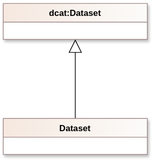
The draw.io diagram uml.drawio.svg in atviriduomenys/katalogas, before a commit. Source tidied: cells renumbered, new cells last; positions are measured from the earlier drawing's top-left corner, leaving out a move shared by most shapes.
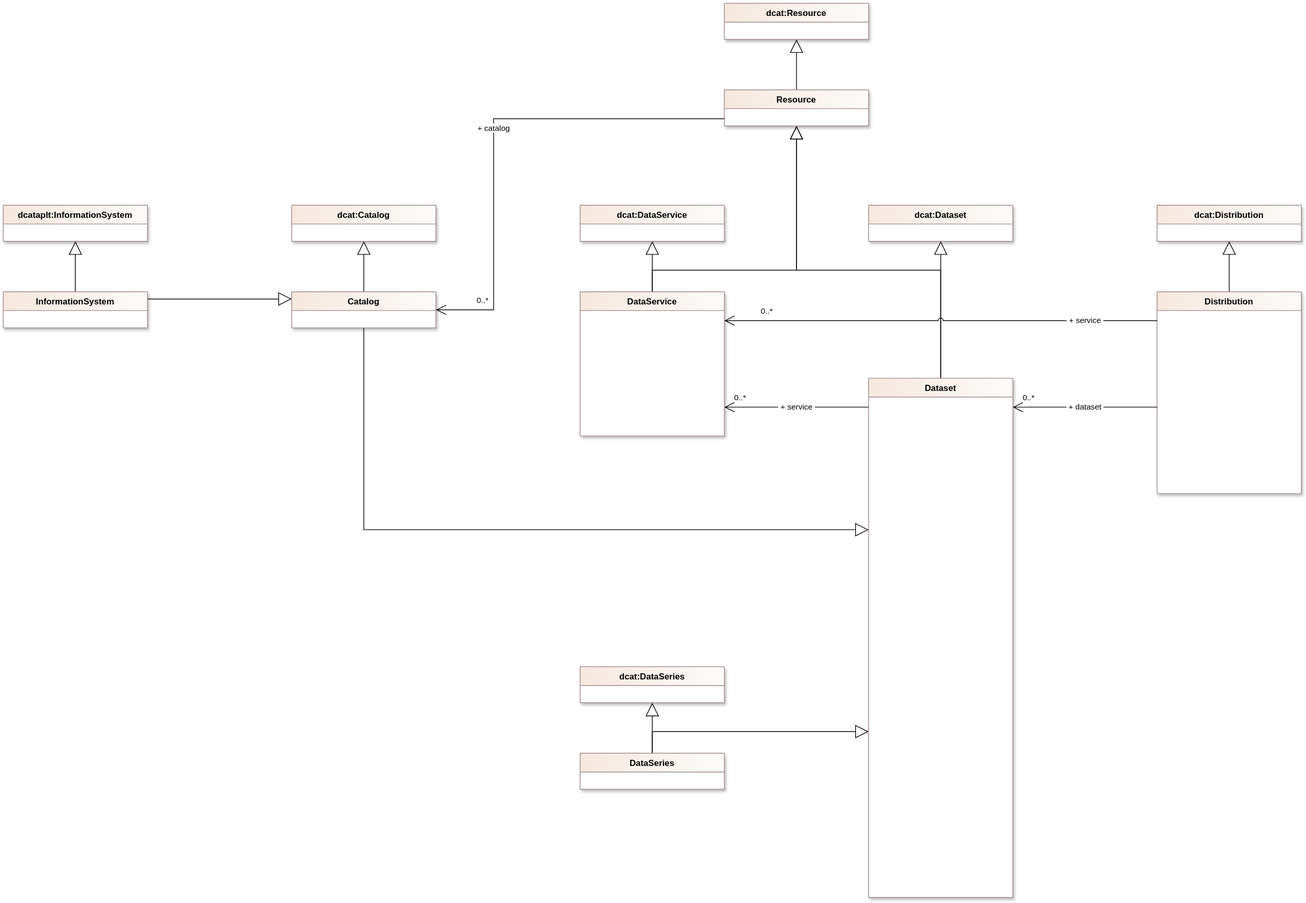
Above is the later version.

Commit message:
#295: Most DCAT classes and relations

Some progress on DVMS project conceptual model.

What changed in the source:
```diff
@@ -5,11 +5,166 @@
     <mxCell id="2" style="edgeStyle=orthogonalEdgeStyle;rounded=0;jettySize=auto;html=1;endArrow=block;endSize=16;endFill=0;" parent="1" edge="1" source="3" target="4">
       <mxGeometry relative="1" as="geometry" />
     </mxCell>
+    <mxCell id="5" style="edgeStyle=orthogonalEdgeStyle;rounded=0;jettySize=auto;html=1;endArrow=block;endSize=16;endFill=0;" parent="1" edge="1" source="3" target="12">
+      <mxGeometry relative="1" as="geometry">
+        <Array as="points">
+          <mxPoint x="-60" y="410" />
+          <mxPoint x="-260" y="410" />
+        </Array>
+      </mxGeometry>
+    </mxCell>
     <mxCell id="3" value="Dataset" style="swimlane;fontStyle=1;align=center;verticalAlign=top;horizontal=1;startSize=26;whiteSpace=wrap;html=1;labelBackgroundColor=none;rounded=0;shadow=1;glass=0;comic=0;strokeColor=#9D8787;swimlaneFillColor=default;fontFamily=Helvetica;fontSize=12;fontColor=default;fillColor=#f5e8df;gradientColor=#fcfbf9;gradientDirection=east;" parent="1" vertex="1">
-      <mxGeometry y="160" width="200" height="50" as="geometry" />
+      <mxGeometry x="-160" y="560" width="200" height="720" as="geometry" />
     </mxCell>
+    <mxCell id="6" style="text;strokeColor=none;fillColor=none;align=left;verticalAlign=middle;spacingTop=-1;spacingLeft=4;spacingRight=4;labelPosition=right;fontFamily=Helvetica;fontSize=12;fontColor=default;labelBackgroundColor=none;" parent="3" vertex="1">
+      <mxGeometry y="26" width="200" height="694" as="geometry" />
+    </mxCell>
     <mxCell id="4" value="dcat:Dataset" style="swimlane;fontStyle=1;align=center;verticalAlign=top;horizontal=1;startSize=26;whiteSpace=wrap;html=1;labelBackgroundColor=none;rounded=0;shadow=1;glass=0;comic=0;strokeColor=#9D8787;swimlaneFillColor=default;fontFamily=Helvetica;fontSize=12;fontColor=default;fillColor=#f5e8df;gradientColor=#fcfbf9;gradientDirection=east;" parent="1" vertex="1">
-      <mxGeometry width="200" height="50" as="geometry" />
+      <mxGeometry x="-160" y="320" width="200" height="50" as="geometry" />
     </mxCell>
+    <mxCell id="7" style="edgeStyle=orthogonalEdgeStyle;rounded=0;jettySize=auto;html=1;endArrow=block;endSize=16;endFill=0;" parent="1" edge="1" source="9" target="20">
+      <mxGeometry relative="1" as="geometry" />
+    </mxCell>
+    <mxCell id="8" style="edgeStyle=orthogonalEdgeStyle;rounded=0;jettySize=auto;html=1;endArrow=block;endSize=16;endFill=0;" parent="1" edge="1" source="9" target="12">
+      <mxGeometry relative="1" as="geometry">
+        <Array as="points">
+          <mxPoint x="-460" y="410" />
+          <mxPoint x="-260" y="410" />
+        </Array>
+      </mxGeometry>
+    </mxCell>
+    <mxCell id="9" value="DataService" style="swimlane;fontStyle=1;align=center;verticalAlign=top;horizontal=1;startSize=26;whiteSpace=wrap;html=1;labelBackgroundColor=none;rounded=0;shadow=1;glass=0;comic=0;strokeColor=#9D8787;swimlaneFillColor=default;fontFamily=Helvetica;fontSize=12;fontColor=default;fillColor=#f5e8df;gradientColor=#fcfbf9;gradientDirection=east;" parent="1" vertex="1">
+      <mxGeometry x="-560" y="440" width="200" height="200" as="geometry" />
+    </mxCell>
+    <mxCell id="10" style="text;strokeColor=none;fillColor=none;align=left;verticalAlign=middle;spacingTop=-1;spacingLeft=4;spacingRight=4;labelPosition=right;fontFamily=Helvetica;fontSize=12;fontColor=default;labelBackgroundColor=none;" parent="9" vertex="1">
+      <mxGeometry y="26" width="200" height="174" as="geometry" />
+    </mxCell>
+    <mxCell id="11" style="edgeStyle=orthogonalEdgeStyle;rounded=0;jettySize=auto;html=1;endArrow=block;endSize=16;endFill=0;" parent="1" edge="1" source="12" target="13">
+      <mxGeometry relative="1" as="geometry" />
+    </mxCell>
+    <mxCell id="12" value="Resource" style="swimlane;fontStyle=1;align=center;verticalAlign=top;horizontal=1;startSize=26;whiteSpace=wrap;html=1;labelBackgroundColor=none;rounded=0;shadow=1;glass=0;comic=0;strokeColor=#9D8787;swimlaneFillColor=default;fontFamily=Helvetica;fontSize=12;fontColor=default;fillColor=#f5e8df;gradientColor=#fcfbf9;gradientDirection=east;" parent="1" vertex="1">
+      <mxGeometry x="-360" y="160" width="200" height="50" as="geometry" />
+    </mxCell>
+    <mxCell id="13" value="dcat:Resource" style="swimlane;fontStyle=1;align=center;verticalAlign=top;horizontal=1;startSize=26;whiteSpace=wrap;html=1;labelBackgroundColor=none;rounded=0;shadow=1;glass=0;comic=0;strokeColor=#9D8787;swimlaneFillColor=default;fontFamily=Helvetica;fontSize=12;fontColor=default;fillColor=#f5e8df;gradientColor=#fcfbf9;gradientDirection=east;" parent="1" vertex="1">
+      <mxGeometry x="-360" y="40" width="200" height="50" as="geometry" />
+    </mxCell>
+    <mxCell id="14" style="edgeStyle=orthogonalEdgeStyle;rounded=0;jettySize=auto;html=1;endArrow=block;endSize=16;endFill=0;" parent="1" edge="1" source="16" target="21">
+      <mxGeometry relative="1" as="geometry" />
+    </mxCell>
+    <mxCell id="15" style="edgeStyle=orthogonalEdgeStyle;rounded=0;jettySize=auto;html=1;endArrow=block;endSize=16;endFill=0;" parent="1" edge="1" source="16" target="3">
+      <mxGeometry relative="1" as="geometry">
+        <Array as="points">
+          <mxPoint x="-460" y="770" />
+          <mxPoint x="-60" y="770" />
+        </Array>
+      </mxGeometry>
+    </mxCell>
+    <mxCell id="16" value="Catalog" style="swimlane;fontStyle=1;align=center;verticalAlign=top;horizontal=1;startSize=26;whiteSpace=wrap;html=1;labelBackgroundColor=none;rounded=0;shadow=1;glass=0;comic=0;strokeColor=#9D8787;swimlaneFillColor=default;fontFamily=Helvetica;fontSize=12;fontColor=default;fillColor=#f5e8df;gradientColor=#fcfbf9;gradientDirection=east;" parent="1" vertex="1">
+      <mxGeometry x="-960" y="440" width="200" height="50" as="geometry" />
+    </mxCell>
+    <mxCell id="17" style="edgeStyle=orthogonalEdgeStyle;rounded=0;jettySize=auto;html=1;endArrow=block;endSize=16;endFill=0;" parent="1" edge="1" source="18" target="22">
+      <mxGeometry relative="1" as="geometry" />
+    </mxCell>
+    <mxCell id="18" value="Distribution" style="swimlane;fontStyle=1;align=center;verticalAlign=top;horizontal=1;startSize=26;whiteSpace=wrap;html=1;labelBackgroundColor=none;rounded=0;shadow=1;glass=0;comic=0;strokeColor=#9D8787;swimlaneFillColor=default;fontFamily=Helvetica;fontSize=12;fontColor=default;fillColor=#f5e8df;gradientColor=#fcfbf9;gradientDirection=east;" parent="1" vertex="1">
+      <mxGeometry x="240" y="440" width="200" height="280" as="geometry" />
+    </mxCell>
+    <mxCell id="19" style="text;strokeColor=none;fillColor=none;align=left;verticalAlign=middle;spacingTop=-1;spacingLeft=4;spacingRight=4;labelPosition=right;fontFamily=Helvetica;fontSize=12;fontColor=default;labelBackgroundColor=none;" parent="18" vertex="1">
+      <mxGeometry y="26" width="200" height="254" as="geometry" />
+    </mxCell>
+    <mxCell id="20" value="dcat:DataService" style="swimlane;fontStyle=1;align=center;verticalAlign=top;horizontal=1;startSize=26;whiteSpace=wrap;html=1;labelBackgroundColor=none;rounded=0;shadow=1;glass=0;comic=0;strokeColor=#9D8787;swimlaneFillColor=default;fontFamily=Helvetica;fontSize=12;fontColor=default;fillColor=#f5e8df;gradientColor=#fcfbf9;gradientDirection=east;" parent="1" vertex="1">
+      <mxGeometry x="-560" y="320" width="200" height="50" as="geometry" />
+    </mxCell>
+    <mxCell id="21" value="dcat:Catalog" style="swimlane;fontStyle=1;align=center;verticalAlign=top;horizontal=1;startSize=26;whiteSpace=wrap;html=1;labelBackgroundColor=none;rounded=0;shadow=1;glass=0;comic=0;strokeColor=#9D8787;swimlaneFillColor=default;fontFamily=Helvetica;fontSize=12;fontColor=default;fillColor=#f5e8df;gradientColor=#fcfbf9;gradientDirection=east;" parent="1" vertex="1">
+      <mxGeometry x="-960" y="320" width="200" height="50" as="geometry" />
+    </mxCell>
+    <mxCell id="22" value="dcat:Distribution" style="swimlane;fontStyle=1;align=center;verticalAlign=top;horizontal=1;startSize=26;whiteSpace=wrap;html=1;labelBackgroundColor=none;rounded=0;shadow=1;glass=0;comic=0;strokeColor=#9D8787;swimlaneFillColor=default;fontFamily=Helvetica;fontSize=12;fontColor=default;fillColor=#f5e8df;gradientColor=#fcfbf9;gradientDirection=east;" parent="1" vertex="1">
+      <mxGeometry x="240" y="320" width="200" height="50" as="geometry" />
+    </mxCell>
+    <mxCell id="23" style="edgeStyle=orthogonalEdgeStyle;rounded=0;jettySize=auto;html=1;endArrow=block;endSize=16;endFill=0;" parent="1" edge="1" source="25" target="26">
+      <mxGeometry relative="1" as="geometry" />
+    </mxCell>
+    <mxCell id="24" style="edgeStyle=orthogonalEdgeStyle;rounded=0;jettySize=auto;html=1;endArrow=block;endSize=16;endFill=0;" parent="1" edge="1" source="25" target="3">
+      <mxGeometry relative="1" as="geometry">
+        <Array as="points">
+          <mxPoint x="-460" y="1050" />
+          <mxPoint x="-60" y="1050" />
+        </Array>
+      </mxGeometry>
+    </mxCell>
+    <mxCell id="25" value="DataSeries" style="swimlane;fontStyle=1;align=center;verticalAlign=top;horizontal=1;startSize=26;whiteSpace=wrap;html=1;labelBackgroundColor=none;rounded=0;shadow=1;glass=0;comic=0;strokeColor=#9D8787;swimlaneFillColor=default;fontFamily=Helvetica;fontSize=12;fontColor=default;fillColor=#f5e8df;gradientColor=#fcfbf9;gradientDirection=east;" parent="1" vertex="1">
+      <mxGeometry x="-560" y="1080" width="200" height="50" as="geometry" />
+    </mxCell>
+    <mxCell id="26" value="dcat:DataSeries" style="swimlane;fontStyle=1;align=center;verticalAlign=top;horizontal=1;startSize=26;whiteSpace=wrap;html=1;labelBackgroundColor=none;rounded=0;shadow=1;glass=0;comic=0;strokeColor=#9D8787;swimlaneFillColor=default;fontFamily=Helvetica;fontSize=12;fontColor=default;fillColor=#f5e8df;gradientColor=#fcfbf9;gradientDirection=east;" parent="1" vertex="1">
+      <mxGeometry x="-560" y="960" width="200" height="50" as="geometry" />
+    </mxCell>
+    <mxCell id="27" value="&amp;nbsp;+ dataset&amp;nbsp;" style="edgeStyle=orthogonalEdgeStyle;rounded=0;jettySize=auto;html=1;endArrow=open;endFill=1;endSize=12;sourcePerimeterSpacing=0;spacingLeft=0;labelBackgroundColor=default;labelBorderColor=none;" parent="1" edge="1" source="18" target="3">
+      <mxGeometry relative="1" as="geometry">
+        <Array as="points">
+          <mxPoint x="70" y="600" />
+          <mxPoint x="70" y="600" />
+        </Array>
+      </mxGeometry>
+    </mxCell>
+    <mxCell id="28" value="0..*" style="edgeLabel;html=1;align=left;verticalAlign=middle;" parent="27" vertex="1">
+      <mxGeometry x="0.81" relative="1" as="geometry">
+        <mxPoint x="-7" y="-14" as="offset" />
+      </mxGeometry>
+    </mxCell>
+    <mxCell id="29" value="&amp;nbsp;+ service&amp;nbsp;" style="edgeStyle=orthogonalEdgeStyle;rounded=0;jettySize=auto;html=1;endArrow=open;endFill=1;endSize=12;sourcePerimeterSpacing=0;spacingLeft=0;labelBackgroundColor=default;labelBorderColor=none;" parent="1" edge="1" source="3" target="9">
+      <mxGeometry relative="1" as="geometry">
+        <Array as="points">
+          <mxPoint x="-220" y="600" />
+          <mxPoint x="-220" y="600" />
+        </Array>
+      </mxGeometry>
+    </mxCell>
+    <mxCell id="30" value="0..*" style="edgeLabel;html=1;align=left;verticalAlign=middle;" parent="29" vertex="1">
+      <mxGeometry x="0.81" relative="1" as="geometry">
+        <mxPoint x="-7" y="-14" as="offset" />
+      </mxGeometry>
+    </mxCell>
+    <mxCell id="31" value="&amp;nbsp;+ catalog&amp;nbsp;" style="edgeStyle=orthogonalEdgeStyle;rounded=0;jettySize=auto;html=1;endArrow=open;endFill=1;endSize=12;sourcePerimeterSpacing=0;spacingLeft=0;labelBackgroundColor=default;labelBorderColor=none;" parent="1" edge="1" source="12" target="16">
+      <mxGeometry relative="1" as="geometry">
+        <Array as="points">
+          <mxPoint x="-680" y="200" />
+          <mxPoint x="-680" y="465" />
+        </Array>
+      </mxGeometry>
+    </mxCell>
+    <mxCell id="32" value="0..*" style="edgeLabel;html=1;align=left;verticalAlign=middle;" parent="31" vertex="1">
+      <mxGeometry x="0.81" relative="1" as="geometry">
+        <mxPoint x="-7" y="-14" as="offset" />
+      </mxGeometry>
+    </mxCell>
+    <mxCell id="33" style="edgeStyle=orthogonalEdgeStyle;rounded=0;jettySize=auto;html=1;endArrow=block;endSize=16;endFill=0;" parent="1" edge="1" source="35" target="36">
+      <mxGeometry relative="1" as="geometry" />
+    </mxCell>
+    <mxCell id="34" style="edgeStyle=orthogonalEdgeStyle;rounded=0;jettySize=auto;html=1;endArrow=block;endSize=16;endFill=0;" parent="1" edge="1" source="35" target="16">
+      <mxGeometry relative="1" as="geometry">
+        <Array as="points">
+          <mxPoint x="-1000" y="450" />
+          <mxPoint x="-1000" y="450" />
+        </Array>
+      </mxGeometry>
+    </mxCell>
+    <mxCell id="35" value="InformationSystem" style="swimlane;fontStyle=1;align=center;verticalAlign=top;horizontal=1;startSize=26;whiteSpace=wrap;html=1;labelBackgroundColor=none;rounded=0;shadow=1;glass=0;comic=0;strokeColor=#9D8787;swimlaneFillColor=default;fontFamily=Helvetica;fontSize=12;fontColor=default;fillColor=#f5e8df;gradientColor=#fcfbf9;gradientDirection=east;" parent="1" vertex="1">
+      <mxGeometry x="-1360" y="440" width="200" height="50" as="geometry" />
+    </mxCell>
+    <mxCell id="36" value="dcataplt:InformationSystem" style="swimlane;fontStyle=1;align=center;verticalAlign=top;horizontal=1;startSize=26;whiteSpace=wrap;html=1;labelBackgroundColor=none;rounded=0;shadow=1;glass=0;comic=0;strokeColor=#9D8787;swimlaneFillColor=default;fontFamily=Helvetica;fontSize=12;fontColor=default;fillColor=#f5e8df;gradientColor=#fcfbf9;gradientDirection=east;" parent="1" vertex="1">
+      <mxGeometry x="-1360" y="320" width="200" height="50" as="geometry" />
+    </mxCell>
+    <mxCell id="37" value="&amp;nbsp;+ service&amp;nbsp;" style="edgeStyle=orthogonalEdgeStyle;rounded=0;jettySize=auto;html=1;endArrow=open;endFill=1;endSize=12;sourcePerimeterSpacing=0;spacingLeft=0;labelBackgroundColor=default;labelBorderColor=none;jumpStyle=arc;jumpSize=7.874;" parent="1" edge="1" source="18" target="9">
+      <mxGeometry x="-0.67" relative="1" as="geometry">
+        <Array as="points">
+          <mxPoint x="-60" y="480" />
+          <mxPoint x="-60" y="480" />
+        </Array>
+      </mxGeometry>
+    </mxCell>
+    <mxCell id="38" value="0..*" style="edgeLabel;html=1;align=left;verticalAlign=middle;" parent="37" vertex="1">
+      <mxGeometry x="0.81" relative="1" as="geometry">
+        <mxPoint x="-7" y="-14" as="offset" />
+      </mxGeometry>
+    </mxCell>
   </root>
 </mxGraphModel>
```
